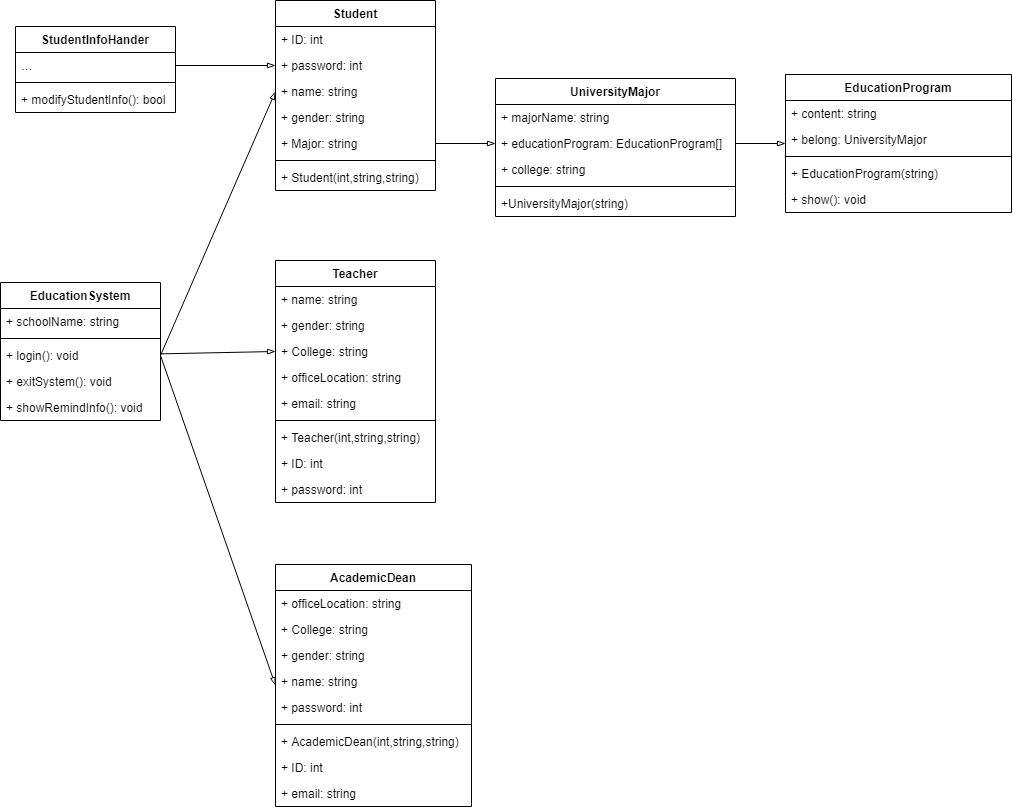
bupt-juniorTeam/OOAD keeps this draw.io diagram as 类图/pic3.png. Above is the earlier version. Source tidied: cells renumbered, new cells last; positions are measured from the earlier drawing's top-left corner, leaving out a move shared by most shapes. The source it was exported from:
```xml
<mxGraphModel>
  <root>
    <mxCell id="0" />
    <mxCell id="1" parent="0" />
    <mxCell id="2" value="Student" style="swimlane;fontStyle=1;align=center;verticalAlign=top;horizontal=1;startSize=26;" parent="1" vertex="1">
      <mxGeometry x="275" width="160" height="190" as="geometry" />
    </mxCell>
    <mxCell id="3" value="+ ID: int " style="text;strokeColor=none;fillColor=none;align=left;verticalAlign=top;spacingLeft=4;spacingRight=4;overflow=hidden;" parent="2" vertex="1">
      <mxGeometry y="26" width="160" height="26" as="geometry" />
    </mxCell>
    <mxCell id="4" value="+ password: int" style="text;strokeColor=none;fillColor=none;align=left;verticalAlign=top;spacingLeft=4;spacingRight=4;overflow=hidden;points=[[0,0.5],[1,0.5]];portConstraint=eastwest;" parent="2" vertex="1">
      <mxGeometry y="52" width="160" height="26" as="geometry" />
    </mxCell>
    <mxCell id="5" value="+ name: string" style="text;strokeColor=none;fillColor=none;align=left;verticalAlign=top;spacingLeft=4;spacingRight=4;overflow=hidden;points=[[0,0.5],[1,0.5]];portConstraint=eastwest;" parent="2" vertex="1">
      <mxGeometry y="78" width="160" height="26" as="geometry" />
    </mxCell>
    <mxCell id="6" value="+ gender: string" style="text;strokeColor=none;fillColor=none;align=left;verticalAlign=top;spacingLeft=4;spacingRight=4;overflow=hidden;" parent="2" vertex="1">
      <mxGeometry y="104" width="160" height="26" as="geometry" />
    </mxCell>
    <mxCell id="7" value="+ Major: string" style="text;strokeColor=none;fillColor=none;align=left;verticalAlign=top;spacingLeft=4;spacingRight=4;overflow=hidden;points=[[0,0.5],[1,0.5]];portConstraint=eastwest;" parent="2" vertex="1">
      <mxGeometry y="130" width="160" height="26" as="geometry" />
    </mxCell>
    <mxCell id="8" style="line;strokeWidth=1;fillColor=none;align=left;verticalAlign=middle;spacingTop=-1;spacingLeft=3;spacingRight=3;labelPosition=right;" parent="2" vertex="1">
      <mxGeometry y="156" width="160" height="8" as="geometry" />
    </mxCell>
    <mxCell id="9" value="+ Student(int,string,string)" style="text;strokeColor=none;fillColor=none;align=left;verticalAlign=top;spacingLeft=4;spacingRight=4;overflow=hidden;" parent="2" vertex="1">
      <mxGeometry y="164" width="160" height="26" as="geometry" />
    </mxCell>
    <mxCell id="10" value="AcademicDean" style="swimlane;fontStyle=1;align=center;verticalAlign=top;horizontal=1;startSize=26;" parent="1" vertex="1">
      <mxGeometry x="275" y="564" width="196" height="242" as="geometry" />
    </mxCell>
    <mxCell id="11" value="+ officeLocation: string" style="text;strokeColor=none;fillColor=none;align=left;verticalAlign=top;spacingLeft=4;spacingRight=4;overflow=hidden;" parent="10" vertex="1">
      <mxGeometry y="26" width="196" height="26" as="geometry" />
    </mxCell>
    <mxCell id="12" value="+ College: string" style="text;strokeColor=none;fillColor=none;align=left;verticalAlign=top;spacingLeft=4;spacingRight=4;overflow=hidden;" parent="10" vertex="1">
      <mxGeometry y="52" width="196" height="26" as="geometry" />
    </mxCell>
    <mxCell id="13" value="+ gender: string" style="text;strokeColor=none;fillColor=none;align=left;verticalAlign=top;spacingLeft=4;spacingRight=4;overflow=hidden;" parent="10" vertex="1">
      <mxGeometry y="78" width="196" height="26" as="geometry" />
    </mxCell>
    <mxCell id="14" value="+ name: string" style="text;strokeColor=none;fillColor=none;align=left;verticalAlign=top;spacingLeft=4;spacingRight=4;overflow=hidden;" parent="10" vertex="1">
      <mxGeometry y="104" width="196" height="26" as="geometry" />
    </mxCell>
    <mxCell id="15" value="+ password: int" style="text;strokeColor=none;fillColor=none;align=left;verticalAlign=top;spacingLeft=4;spacingRight=4;overflow=hidden;" parent="10" vertex="1">
      <mxGeometry y="130" width="196" height="26" as="geometry" />
    </mxCell>
    <mxCell id="16" style="line;strokeWidth=1;fillColor=none;align=left;verticalAlign=middle;spacingTop=-1;spacingLeft=3;spacingRight=3;labelPosition=right;" parent="10" vertex="1">
      <mxGeometry y="156" width="196" height="8" as="geometry" />
    </mxCell>
    <mxCell id="17" value="+ AcademicDean(int,string,string)" style="text;strokeColor=none;fillColor=none;align=left;verticalAlign=top;spacingLeft=4;spacingRight=4;overflow=hidden;" parent="10" vertex="1">
      <mxGeometry y="164" width="196" height="26" as="geometry" />
    </mxCell>
    <mxCell id="18" value="+ ID: int " style="text;strokeColor=none;fillColor=none;align=left;verticalAlign=top;spacingLeft=4;spacingRight=4;overflow=hidden;" parent="10" vertex="1">
      <mxGeometry y="190" width="196" height="26" as="geometry" />
    </mxCell>
    <mxCell id="19" value="+ email: string" style="text;strokeColor=none;fillColor=none;align=left;verticalAlign=top;spacingLeft=4;spacingRight=4;overflow=hidden;" parent="10" vertex="1">
      <mxGeometry y="216" width="196" height="26" as="geometry" />
    </mxCell>
    <mxCell id="20" value="Teacher" style="swimlane;fontStyle=1;align=center;verticalAlign=top;horizontal=1;startSize=26;" parent="1" vertex="1">
      <mxGeometry x="275" y="260" width="160" height="242" as="geometry" />
    </mxCell>
    <mxCell id="21" value="+ name: string" style="text;strokeColor=none;fillColor=none;align=left;verticalAlign=top;spacingLeft=4;spacingRight=4;overflow=hidden;" parent="20" vertex="1">
      <mxGeometry y="26" width="160" height="26" as="geometry" />
    </mxCell>
    <mxCell id="22" value="+ gender: string" style="text;strokeColor=none;fillColor=none;align=left;verticalAlign=top;spacingLeft=4;spacingRight=4;overflow=hidden;" parent="20" vertex="1">
      <mxGeometry y="52" width="160" height="26" as="geometry" />
    </mxCell>
    <mxCell id="23" value="+ College: string" style="text;strokeColor=none;fillColor=none;align=left;verticalAlign=top;spacingLeft=4;spacingRight=4;overflow=hidden;points=[[0,0.5],[1,0.5]];portConstraint=eastwest;" parent="20" vertex="1">
      <mxGeometry y="78" width="160" height="26" as="geometry" />
    </mxCell>
    <mxCell id="24" value="+ officeLocation: string" style="text;strokeColor=none;fillColor=none;align=left;verticalAlign=top;spacingLeft=4;spacingRight=4;overflow=hidden;" parent="20" vertex="1">
      <mxGeometry y="104" width="160" height="26" as="geometry" />
    </mxCell>
    <mxCell id="25" value="+ email: string" style="text;strokeColor=none;fillColor=none;align=left;verticalAlign=top;spacingLeft=4;spacingRight=4;overflow=hidden;" parent="20" vertex="1">
      <mxGeometry y="130" width="160" height="26" as="geometry" />
    </mxCell>
    <mxCell id="26" style="line;strokeWidth=1;fillColor=none;align=left;verticalAlign=middle;spacingTop=-1;spacingLeft=3;spacingRight=3;labelPosition=right;" parent="20" vertex="1">
      <mxGeometry y="156" width="160" height="8" as="geometry" />
    </mxCell>
    <mxCell id="27" value="+ Teacher(int,string,string)" style="text;strokeColor=none;fillColor=none;align=left;verticalAlign=top;spacingLeft=4;spacingRight=4;overflow=hidden;" parent="20" vertex="1">
      <mxGeometry y="164" width="160" height="26" as="geometry" />
    </mxCell>
    <mxCell id="28" value="+ ID: int " style="text;strokeColor=none;fillColor=none;align=left;verticalAlign=top;spacingLeft=4;spacingRight=4;overflow=hidden;" parent="20" vertex="1">
      <mxGeometry y="190" width="160" height="26" as="geometry" />
    </mxCell>
    <mxCell id="29" value="+ password: int" style="text;strokeColor=none;fillColor=none;align=left;verticalAlign=top;spacingLeft=4;spacingRight=4;overflow=hidden;" parent="20" vertex="1">
      <mxGeometry y="216" width="160" height="26" as="geometry" />
    </mxCell>
    <mxCell id="30" value="UniversityMajor" style="swimlane;fontStyle=1;align=center;verticalAlign=top;horizontal=1;startSize=26;" parent="1" vertex="1">
      <mxGeometry x="495" y="78" width="240" height="138" as="geometry" />
    </mxCell>
    <mxCell id="31" value="+ majorName: string" style="text;strokeColor=none;fillColor=none;align=left;verticalAlign=top;spacingLeft=4;spacingRight=4;overflow=hidden;" parent="30" vertex="1">
      <mxGeometry y="26" width="240" height="26" as="geometry" />
    </mxCell>
    <mxCell id="32" value="+ educationProgram: EducationProgram[]" style="text;strokeColor=none;fillColor=none;align=left;verticalAlign=top;spacingLeft=4;spacingRight=4;overflow=hidden;points=[[0,0.5],[1,0.5]];portConstraint=eastwest;" parent="30" vertex="1">
      <mxGeometry y="52" width="240" height="26" as="geometry" />
    </mxCell>
    <mxCell id="33" value="+ college: string" style="text;strokeColor=none;fillColor=none;align=left;verticalAlign=top;spacingLeft=4;spacingRight=4;overflow=hidden;" parent="30" vertex="1">
      <mxGeometry y="78" width="240" height="26" as="geometry" />
    </mxCell>
    <mxCell id="34" style="line;strokeWidth=1;fillColor=none;align=left;verticalAlign=middle;spacingTop=-1;spacingLeft=3;spacingRight=3;labelPosition=right;" parent="30" vertex="1">
      <mxGeometry y="104" width="240" height="8" as="geometry" />
    </mxCell>
    <mxCell id="35" value="+UniversityMajor(string)" style="text;strokeColor=none;fillColor=none;align=left;verticalAlign=top;spacingLeft=4;spacingRight=4;overflow=hidden;" parent="30" vertex="1">
      <mxGeometry y="112" width="240" height="26" as="geometry" />
    </mxCell>
    <mxCell id="36" value="EducationProgram" style="swimlane;fontStyle=1;align=center;verticalAlign=top;horizontal=1;startSize=26;" parent="1" vertex="1">
      <mxGeometry x="785" y="74" width="226" height="138" as="geometry" />
    </mxCell>
    <mxCell id="37" value="+ content: string" style="text;strokeColor=none;fillColor=none;align=left;verticalAlign=top;spacingLeft=4;spacingRight=4;overflow=hidden;" parent="36" vertex="1">
      <mxGeometry y="26" width="226" height="26" as="geometry" />
    </mxCell>
    <mxCell id="38" value="+ belong: UniversityMajor" style="text;strokeColor=none;fillColor=none;align=left;verticalAlign=top;spacingLeft=4;spacingRight=4;overflow=hidden;" parent="36" vertex="1">
      <mxGeometry y="52" width="226" height="26" as="geometry" />
    </mxCell>
    <mxCell id="39" style="line;strokeWidth=1;fillColor=none;align=left;verticalAlign=middle;spacingTop=-1;spacingLeft=3;spacingRight=3;labelPosition=right;" parent="36" vertex="1">
      <mxGeometry y="78" width="226" height="8" as="geometry" />
    </mxCell>
    <mxCell id="40" value="+ EducationProgram(string)" style="text;strokeColor=none;fillColor=none;align=left;verticalAlign=top;spacingLeft=4;spacingRight=4;overflow=hidden;" parent="36" vertex="1">
      <mxGeometry y="86" width="226" height="26" as="geometry" />
    </mxCell>
    <mxCell id="41" value="+ show(): void" style="text;strokeColor=none;fillColor=none;align=left;verticalAlign=top;spacingLeft=4;spacingRight=4;overflow=hidden;" parent="36" vertex="1">
      <mxGeometry y="112" width="226" height="26" as="geometry" />
    </mxCell>
    <mxCell id="42" style="edgeStyle=none;rounded=0;jettySize=auto;html=1;entryX=0;entryY=0.5;entryDx=0;entryDy=0;endArrow=blockThin;endFill=0;exitX=1;exitY=0.5;exitDx=0;exitDy=0;" parent="1" edge="1" source="46" target="5">
      <mxGeometry relative="1" as="geometry" />
    </mxCell>
    <mxCell id="43" value="EducationSystem" style="swimlane;fontStyle=1;align=center;verticalAlign=top;horizontal=1;startSize=26;" parent="1" vertex="1">
      <mxGeometry y="282" width="160" height="138" as="geometry" />
    </mxCell>
    <mxCell id="44" value="+ schoolName: string" style="text;strokeColor=none;fillColor=none;align=left;verticalAlign=top;spacingLeft=4;spacingRight=4;overflow=hidden;" parent="43" vertex="1">
      <mxGeometry y="26" width="160" height="26" as="geometry" />
    </mxCell>
    <mxCell id="45" style="line;strokeWidth=1;fillColor=none;align=left;verticalAlign=middle;spacingTop=-1;spacingLeft=3;spacingRight=3;labelPosition=right;" parent="43" vertex="1">
      <mxGeometry y="52" width="160" height="8" as="geometry" />
    </mxCell>
    <mxCell id="46" value="+ login(): void" style="text;strokeColor=none;fillColor=none;align=left;verticalAlign=top;spacingLeft=4;spacingRight=4;overflow=hidden;points=[[0,0.5],[1,0.5]];portConstraint=eastwest;" parent="43" vertex="1">
      <mxGeometry y="60" width="160" height="26" as="geometry" />
    </mxCell>
    <mxCell id="47" value="+ exitSystem(): void" style="text;strokeColor=none;fillColor=none;align=left;verticalAlign=top;spacingLeft=4;spacingRight=4;overflow=hidden;" parent="43" vertex="1">
      <mxGeometry y="86" width="160" height="26" as="geometry" />
    </mxCell>
    <mxCell id="48" value="+ showRemindInfo(): void" style="text;strokeColor=none;fillColor=none;align=left;verticalAlign=top;spacingLeft=4;spacingRight=4;overflow=hidden;" parent="43" vertex="1">
      <mxGeometry y="112" width="160" height="26" as="geometry" />
    </mxCell>
    <mxCell id="49" value="StudentInfoHander" style="swimlane;fontStyle=1;align=center;verticalAlign=top;horizontal=1;startSize=26;" parent="1" vertex="1">
      <mxGeometry x="15" y="26" width="160" height="86" as="geometry" />
    </mxCell>
    <mxCell id="50" value="…" style="text;strokeColor=none;fillColor=none;align=left;verticalAlign=top;spacingLeft=4;spacingRight=4;overflow=hidden;points=[[0,0.5],[1,0.5]];portConstraint=eastwest;" parent="49" vertex="1">
      <mxGeometry y="26" width="160" height="26" as="geometry" />
    </mxCell>
    <mxCell id="51" style="line;strokeWidth=1;fillColor=none;align=left;verticalAlign=middle;spacingTop=-1;spacingLeft=3;spacingRight=3;labelPosition=right;" parent="49" vertex="1">
      <mxGeometry y="52" width="160" height="8" as="geometry" />
    </mxCell>
    <mxCell id="52" value="+ modifyStudentInfo(): bool" style="text;strokeColor=none;fillColor=none;align=left;verticalAlign=top;spacingLeft=4;spacingRight=4;overflow=hidden;" parent="49" vertex="1">
      <mxGeometry y="60" width="160" height="26" as="geometry" />
    </mxCell>
    <mxCell id="53" style="edgeStyle=none;rounded=0;jettySize=auto;html=1;exitX=1;exitY=0.5;exitDx=0;exitDy=0;entryX=0;entryY=0.5;entryDx=0;entryDy=0;endArrow=blockThin;endFill=0;" parent="1" edge="1" source="50" target="4">
      <mxGeometry relative="1" as="geometry" />
    </mxCell>
    <mxCell id="54" style="edgeStyle=none;rounded=0;jettySize=auto;html=1;entryX=0;entryY=0.5;entryDx=0;entryDy=0;endArrow=blockThin;endFill=0;exitX=1;exitY=0.5;exitDx=0;exitDy=0;" parent="1" edge="1" source="7" target="32">
      <mxGeometry relative="1" as="geometry" />
    </mxCell>
    <mxCell id="55" style="edgeStyle=none;rounded=0;jettySize=auto;html=1;entryX=0;entryY=0.5;entryDx=0;entryDy=0;endArrow=blockThin;endFill=0;exitX=1;exitY=0.5;exitDx=0;exitDy=0;" parent="1" edge="1" source="32" target="36">
      <mxGeometry relative="1" as="geometry" />
    </mxCell>
    <mxCell id="56" style="edgeStyle=none;rounded=0;jettySize=auto;html=1;entryX=0;entryY=0.5;entryDx=0;entryDy=0;endArrow=blockThin;endFill=0;" parent="1" edge="1" source="46" target="23">
      <mxGeometry relative="1" as="geometry" />
    </mxCell>
    <mxCell id="57" style="edgeStyle=none;rounded=0;jettySize=auto;html=1;entryX=0;entryY=0.5;entryDx=0;entryDy=0;endArrow=blockThin;endFill=0;exitX=1;exitY=0.5;exitDx=0;exitDy=0;" parent="1" edge="1" source="46" target="10">
      <mxGeometry relative="1" as="geometry" />
    </mxCell>
  </root>
</mxGraphModel>
```
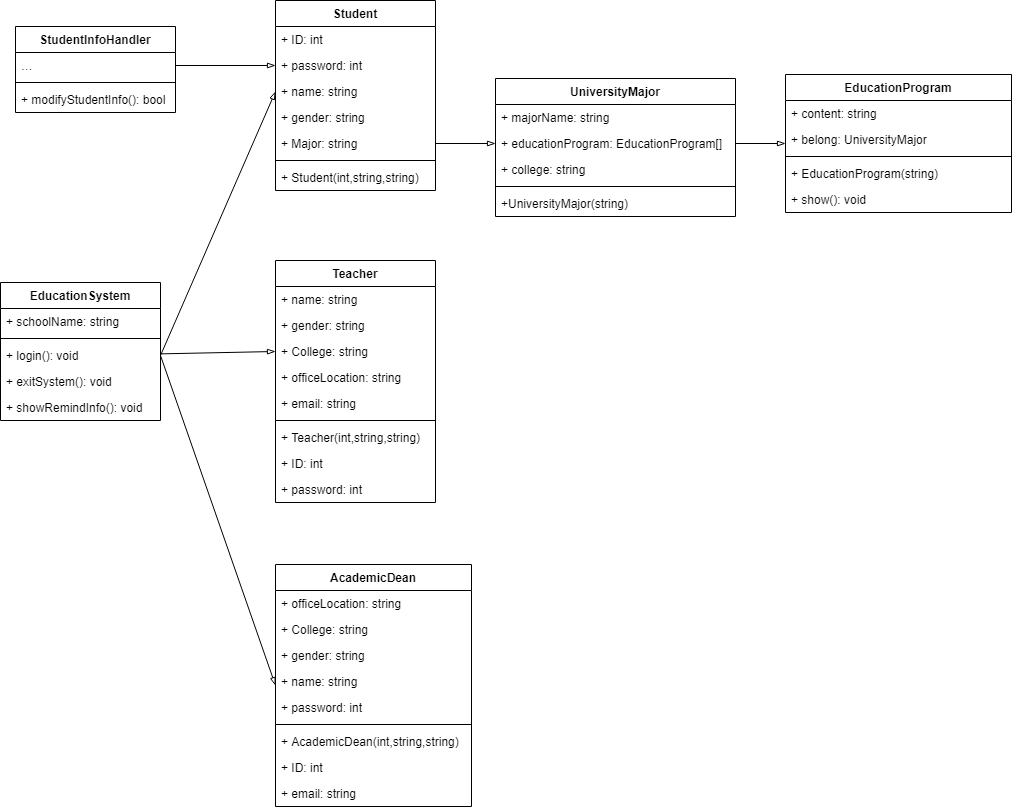
The same diagram one commit later.

Diff of the diagram source:
```diff
@@ -143,7 +143,7 @@
     <mxCell id="48" value="+ showRemindInfo(): void" style="text;strokeColor=none;fillColor=none;align=left;verticalAlign=top;spacingLeft=4;spacingRight=4;overflow=hidden;" parent="43" vertex="1">
       <mxGeometry y="112" width="160" height="26" as="geometry" />
     </mxCell>
-    <mxCell id="49" value="StudentInfoHander" style="swimlane;fontStyle=1;align=center;verticalAlign=top;horizontal=1;startSize=26;" parent="1" vertex="1">
+    <mxCell id="49" value="StudentInfoHandler" style="swimlane;fontStyle=1;align=center;verticalAlign=top;horizontal=1;startSize=26;" parent="1" vertex="1">
       <mxGeometry x="15" y="26" width="160" height="86" as="geometry" />
     </mxCell>
     <mxCell id="50" value="…" style="text;strokeColor=none;fillColor=none;align=left;verticalAlign=top;spacingLeft=4;spacingRight=4;overflow=hidden;points=[[0,0.5],[1,0.5]];portConstraint=eastwest;" parent="49" vertex="1">
```
